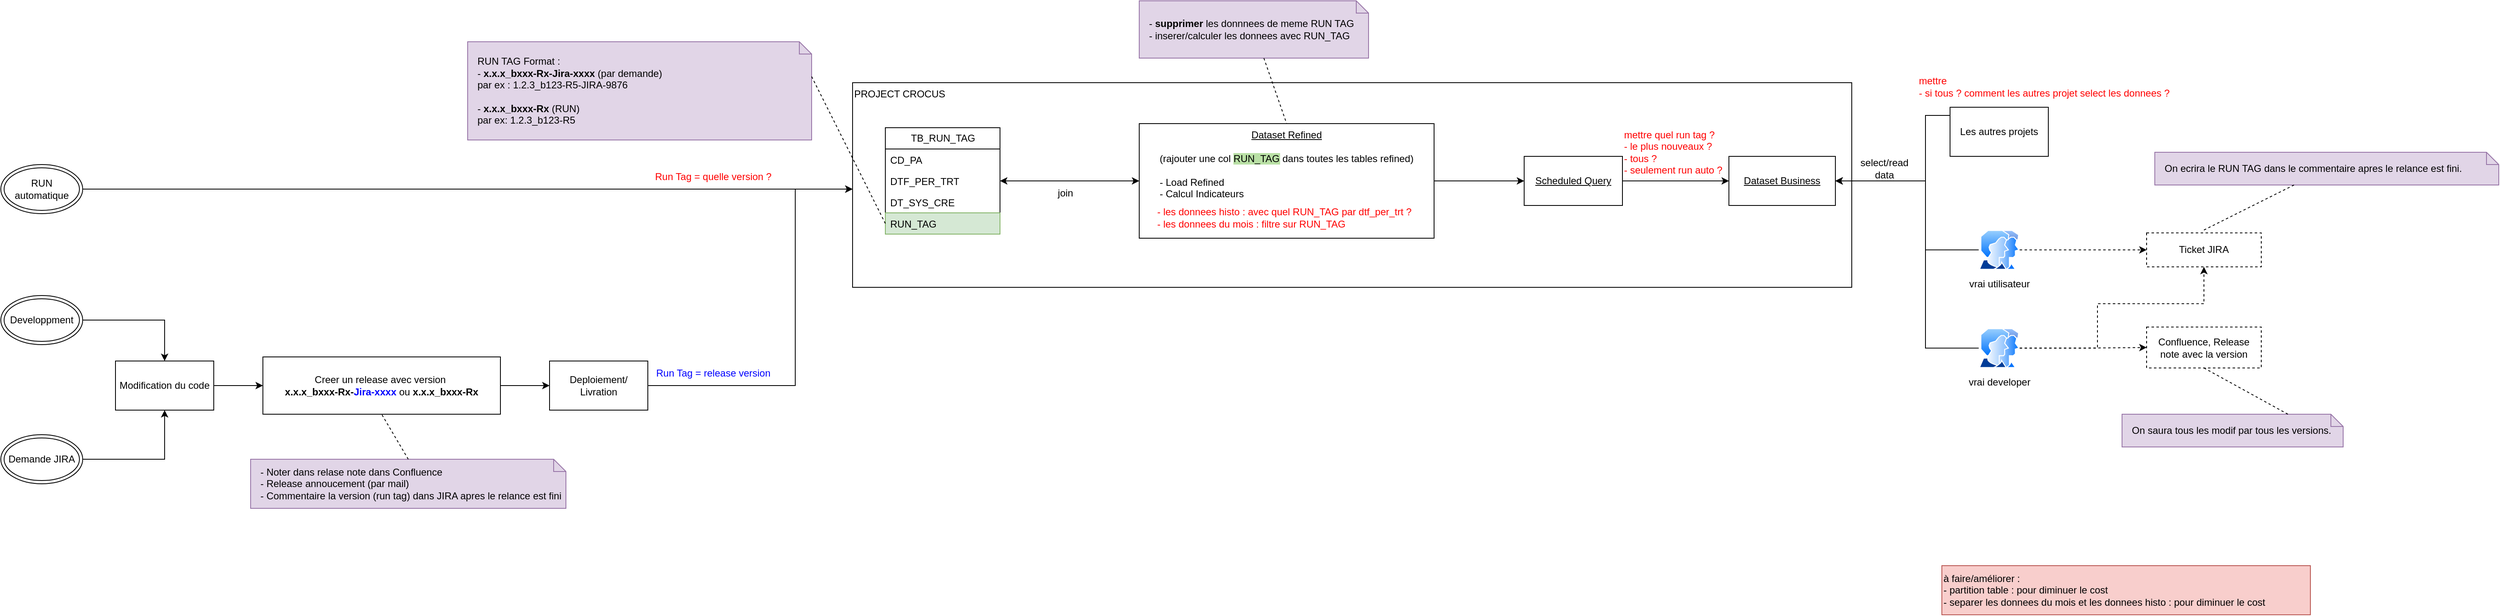
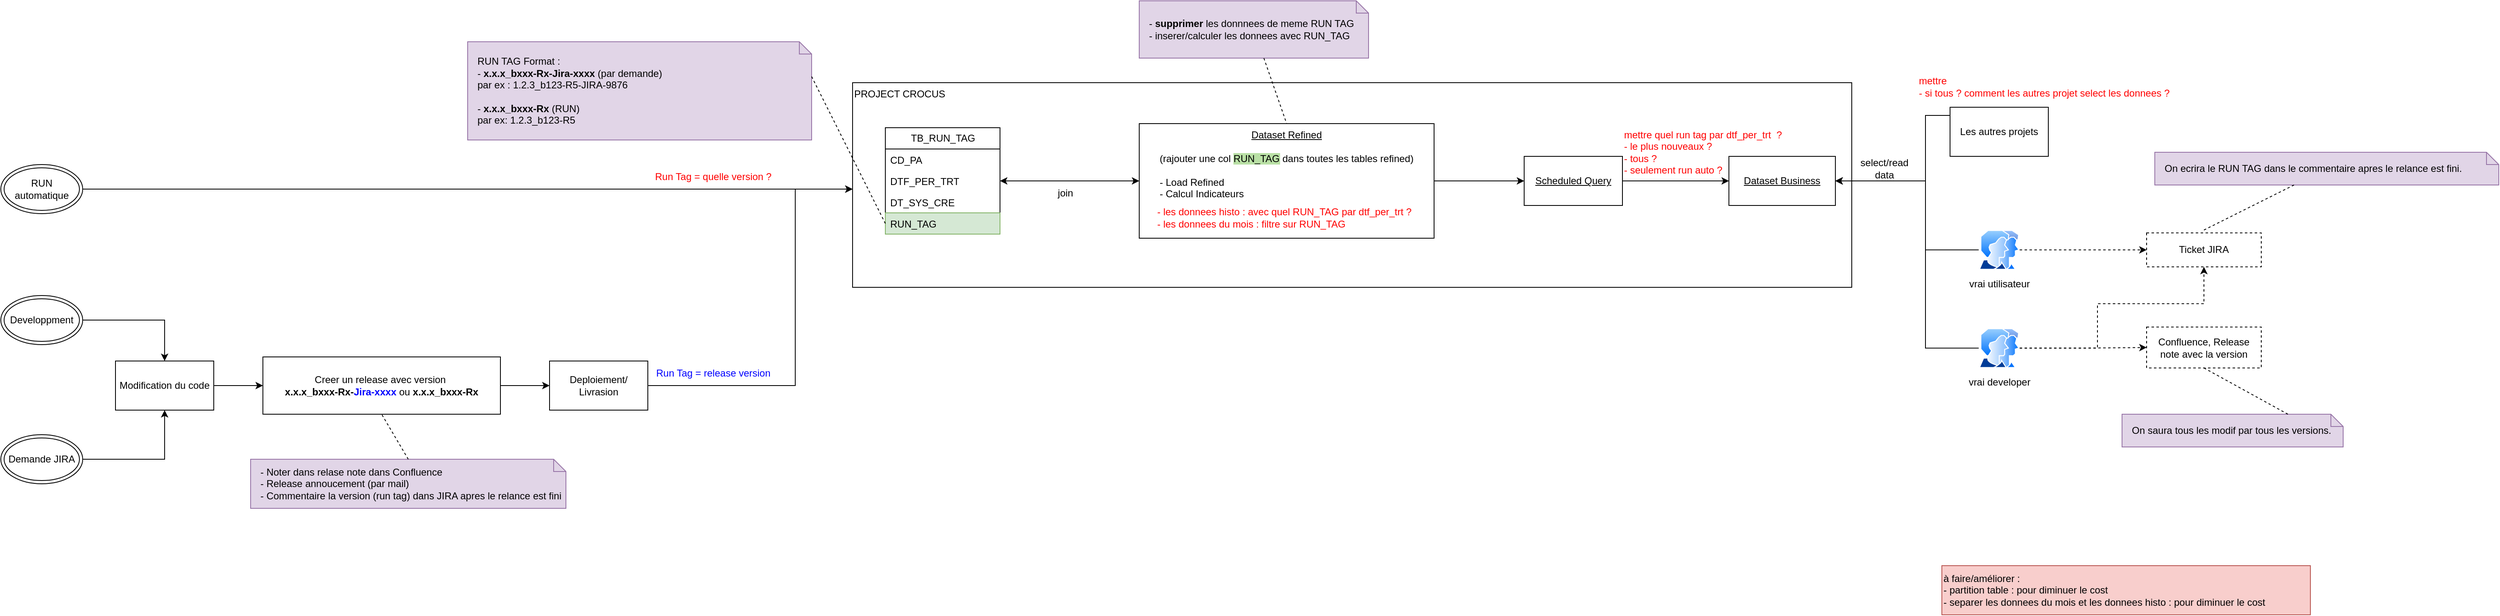
<mxfile host="app.diagrams.net">
  <diagram name="Page-1" id="bEAYSmEDHXBXhFzCy1HB">
    <mxGraphModel dx="2873" dy="1106" grid="1" gridSize="10" guides="1" tooltips="1" connect="1" arrows="1" fold="1" page="1" pageScale="1" pageWidth="827" pageHeight="1169" math="0" shadow="0">
      <root>
        <mxCell id="0" />
        <mxCell id="1" parent="0" />
        <mxCell id="QUzsFoNl6aFI_2ed8XXq-13" parent="1" style="rounded=0;whiteSpace=wrap;html=1;align=left;verticalAlign=top;" value="PROJECT CROCUS" vertex="1">
          <mxGeometry height="250" width="1220" x="380" y="140" as="geometry" />
        </mxCell>
        <mxCell id="QUzsFoNl6aFI_2ed8XXq-1" parent="1" style="swimlane;fontStyle=0;childLayout=stackLayout;horizontal=1;startSize=26;fillColor=none;horizontalStack=0;resizeParent=1;resizeParentMax=0;resizeLast=0;collapsible=1;marginBottom=0;html=1;" value="TB_RUN_TAG" vertex="1">
          <mxGeometry height="130" width="140" x="420" y="195" as="geometry" />
        </mxCell>
        <mxCell id="QUzsFoNl6aFI_2ed8XXq-2" parent="QUzsFoNl6aFI_2ed8XXq-1" style="text;strokeColor=none;fillColor=none;align=left;verticalAlign=top;spacingLeft=4;spacingRight=4;overflow=hidden;rotatable=0;points=[[0,0.5],[1,0.5]];portConstraint=eastwest;whiteSpace=wrap;html=1;" value="CD_PA" vertex="1">
          <mxGeometry height="26" width="140" y="26" as="geometry" />
        </mxCell>
        <mxCell id="QUzsFoNl6aFI_2ed8XXq-3" parent="QUzsFoNl6aFI_2ed8XXq-1" style="text;strokeColor=none;fillColor=none;align=left;verticalAlign=top;spacingLeft=4;spacingRight=4;overflow=hidden;rotatable=0;points=[[0,0.5],[1,0.5]];portConstraint=eastwest;whiteSpace=wrap;html=1;" value="DTF_PER_TRT" vertex="1">
          <mxGeometry height="26" width="140" y="52" as="geometry" />
        </mxCell>
        <mxCell id="QUzsFoNl6aFI_2ed8XXq-4" parent="QUzsFoNl6aFI_2ed8XXq-1" style="text;strokeColor=none;fillColor=none;align=left;verticalAlign=top;spacingLeft=4;spacingRight=4;overflow=hidden;rotatable=0;points=[[0,0.5],[1,0.5]];portConstraint=eastwest;whiteSpace=wrap;html=1;" value="DT_SYS_CRE" vertex="1">
          <mxGeometry height="26" width="140" y="78" as="geometry" />
        </mxCell>
        <mxCell id="QUzsFoNl6aFI_2ed8XXq-5" parent="QUzsFoNl6aFI_2ed8XXq-1" style="text;strokeColor=#82b366;fillColor=#d5e8d4;align=left;verticalAlign=top;spacingLeft=4;spacingRight=4;overflow=hidden;rotatable=0;points=[[0,0.5],[1,0.5]];portConstraint=eastwest;whiteSpace=wrap;html=1;" value="RUN_TAG" vertex="1">
          <mxGeometry height="26" width="140" y="104" as="geometry" />
        </mxCell>
        <mxCell id="QUzsFoNl6aFI_2ed8XXq-7" parent="1" style="shape=note;size=15;align=left;spacingLeft=10;html=1;whiteSpace=wrap;fillColor=#e1d5e7;strokeColor=#9673a6;" value="RUN TAG Format :&amp;nbsp;&lt;div&gt;- &lt;b&gt;x.x.x_bxxx-Rx-Jira-xxxx&lt;/b&gt; (par demande)&amp;nbsp;&lt;/div&gt;&lt;div&gt;par ex : 1.2.3_b123-R5-JIRA-9876&lt;/div&gt;&lt;div&gt;&lt;br&gt;&lt;/div&gt;&lt;div&gt;-&lt;b&gt; x.x.x_bxxx-Rx&lt;/b&gt; (RUN)&lt;/div&gt;&lt;div&gt;&lt;span style=&quot;background-color: transparent; color: light-dark(rgb(0, 0, 0), rgb(255, 255, 255));&quot;&gt;par ex: 1.2.3_b123-R5&lt;/span&gt;&lt;/div&gt;" vertex="1">
          <mxGeometry height="120" width="420" x="-90" y="90" as="geometry" />
        </mxCell>
        <mxCell id="QUzsFoNl6aFI_2ed8XXq-8" edge="1" parent="1" source="QUzsFoNl6aFI_2ed8XXq-7" style="edgeStyle=none;endArrow=none;exitX=0;exitY=0;dashed=1;html=1;rounded=0;entryX=0;entryY=0.5;entryDx=0;entryDy=0;exitDx=420;exitDy=42.5;exitPerimeter=0;" target="QUzsFoNl6aFI_2ed8XXq-5" value="">
          <mxGeometry relative="1" x="1" as="geometry">
            <mxPoint x="590" y="660" as="targetPoint" />
          </mxGeometry>
        </mxCell>
        <mxCell id="QUzsFoNl6aFI_2ed8XXq-10" parent="1" style="rounded=0;whiteSpace=wrap;html=1;dashed=1;" value="Confluence, Release note avec la v&lt;span style=&quot;background-color: transparent; color: light-dark(rgb(0, 0, 0), rgb(255, 255, 255));&quot;&gt;ersion&lt;/span&gt;" vertex="1">
          <mxGeometry height="50" width="140" x="1960" y="438.5" as="geometry" />
        </mxCell>
        <mxCell id="QUzsFoNl6aFI_2ed8XXq-11" parent="1" style="rounded=0;whiteSpace=wrap;html=1;dashed=1;" value="Ticket JIRA" vertex="1">
          <mxGeometry height="41.5" width="140" x="1960" y="323.5" as="geometry" />
        </mxCell>
        <mxCell id="QUzsFoNl6aFI_2ed8XXq-42" edge="1" parent="1" source="QUzsFoNl6aFI_2ed8XXq-12" style="edgeStyle=orthogonalEdgeStyle;rounded=0;orthogonalLoop=1;jettySize=auto;html=1;entryX=1;entryY=0.5;entryDx=0;entryDy=0;startArrow=classic;startFill=1;" target="QUzsFoNl6aFI_2ed8XXq-3">
          <mxGeometry relative="1" as="geometry" />
        </mxCell>
        <mxCell id="QUzsFoNl6aFI_2ed8XXq-50" edge="1" parent="1" source="QUzsFoNl6aFI_2ed8XXq-12" style="edgeStyle=orthogonalEdgeStyle;rounded=0;orthogonalLoop=1;jettySize=auto;html=1;" target="QUzsFoNl6aFI_2ed8XXq-46">
          <mxGeometry relative="1" as="geometry">
            <Array as="points" />
          </mxGeometry>
        </mxCell>
        <mxCell id="QUzsFoNl6aFI_2ed8XXq-12" parent="1" style="rounded=0;whiteSpace=wrap;html=1;verticalAlign=top;" value="&lt;u&gt;Dataset Refined&lt;/u&gt;&lt;div&gt;&lt;u&gt;&lt;br&gt;&lt;/u&gt;&lt;div&gt;(rajouter une col &lt;span style=&quot;background-color: rgb(185, 224, 165);&quot;&gt;RUN_TAG&lt;/span&gt;&lt;span&gt; &lt;/span&gt;dans toutes les tables refined)&lt;/div&gt;&lt;div&gt;&lt;br&gt;&lt;/div&gt;&lt;div style=&quot;text-align: left;&quot;&gt;- Load Refined&amp;nbsp; &amp;nbsp; &amp;nbsp; &amp;nbsp;&lt;/div&gt;&lt;div style=&quot;text-align: left;&quot;&gt;- Calcul Indicateurs&lt;/div&gt;&lt;/div&gt;" vertex="1">
          <mxGeometry height="140" width="360" x="730" y="190" as="geometry" />
        </mxCell>
        <mxCell id="QUzsFoNl6aFI_2ed8XXq-27" edge="1" parent="1" source="QUzsFoNl6aFI_2ed8XXq-33" style="edgeStyle=orthogonalEdgeStyle;rounded=0;orthogonalLoop=1;jettySize=auto;html=1;entryX=0.5;entryY=0;entryDx=0;entryDy=0;" target="QUzsFoNl6aFI_2ed8XXq-23">
          <mxGeometry relative="1" as="geometry">
            <mxPoint x="-760" y="325" as="sourcePoint" />
          </mxGeometry>
        </mxCell>
        <mxCell id="QUzsFoNl6aFI_2ed8XXq-29" edge="1" parent="1" source="QUzsFoNl6aFI_2ed8XXq-34" style="edgeStyle=orthogonalEdgeStyle;rounded=0;orthogonalLoop=1;jettySize=auto;html=1;entryX=0.5;entryY=1;entryDx=0;entryDy=0;" target="QUzsFoNl6aFI_2ed8XXq-23">
          <mxGeometry relative="1" as="geometry">
            <mxPoint x="-820" y="785" as="sourcePoint" />
          </mxGeometry>
        </mxCell>
        <mxCell id="QUzsFoNl6aFI_2ed8XXq-19" parent="1" style="text;html=1;whiteSpace=wrap;strokeColor=none;fillColor=none;align=center;verticalAlign=middle;rounded=0;fontColor=#0000FF;" value="&lt;font style=&quot;color: rgb(255, 0, 0);&quot;&gt;Run Tag = quelle version ?&lt;/font&gt;" vertex="1">
          <mxGeometry height="30" width="200" x="110" y="240" as="geometry" />
        </mxCell>
        <mxCell id="QUzsFoNl6aFI_2ed8XXq-28" edge="1" parent="1" source="QUzsFoNl6aFI_2ed8XXq-23" style="edgeStyle=orthogonalEdgeStyle;rounded=0;orthogonalLoop=1;jettySize=auto;html=1;" target="QUzsFoNl6aFI_2ed8XXq-25">
          <mxGeometry relative="1" as="geometry" />
        </mxCell>
        <mxCell id="QUzsFoNl6aFI_2ed8XXq-23" parent="1" style="rounded=0;whiteSpace=wrap;html=1;" value="Modification du code" vertex="1">
          <mxGeometry height="60" width="120" x="-520" y="480" as="geometry" />
        </mxCell>
        <mxCell id="QUzsFoNl6aFI_2ed8XXq-31" edge="1" parent="1" source="QUzsFoNl6aFI_2ed8XXq-24" style="edgeStyle=orthogonalEdgeStyle;rounded=0;orthogonalLoop=1;jettySize=auto;html=1;" target="QUzsFoNl6aFI_2ed8XXq-13">
          <mxGeometry relative="1" as="geometry">
            <Array as="points">
              <mxPoint x="310" y="510" />
              <mxPoint x="310" y="270" />
            </Array>
          </mxGeometry>
        </mxCell>
-         <mxCell id="QUzsFoNl6aFI_2ed8XXq-24" parent="1" style="rounded=0;whiteSpace=wrap;html=1;" value="Deploiement/ Livration" vertex="1">
+         <mxCell id="QUzsFoNl6aFI_2ed8XXq-24" parent="1" style="rounded=0;whiteSpace=wrap;html=1;" value="Deploiement/ Livrasion" vertex="1">
          <mxGeometry height="60" width="120" x="10" y="480" as="geometry" />
        </mxCell>
        <mxCell id="QUzsFoNl6aFI_2ed8XXq-30" edge="1" parent="1" source="QUzsFoNl6aFI_2ed8XXq-25" style="edgeStyle=orthogonalEdgeStyle;rounded=0;orthogonalLoop=1;jettySize=auto;html=1;entryX=0;entryY=0.5;entryDx=0;entryDy=0;" target="QUzsFoNl6aFI_2ed8XXq-24">
          <mxGeometry relative="1" as="geometry" />
        </mxCell>
        <mxCell id="QUzsFoNl6aFI_2ed8XXq-25" parent="1" style="rounded=0;whiteSpace=wrap;html=1;" value="Creer un release avec version&amp;nbsp;&lt;div&gt;&lt;span style=&quot;text-align: left;&quot;&gt;&lt;b&gt;x.x.x_bxxx-Rx-&lt;font style=&quot;color: rgb(0, 0, 255);&quot;&gt;Jira-xxxx&lt;/font&gt;&lt;/b&gt; ou&amp;nbsp;&lt;/span&gt;&lt;span style=&quot;text-align: left;&quot;&gt;&lt;b&gt;x.x.x_bxxx-Rx&lt;/b&gt;&lt;/span&gt;&lt;/div&gt;" vertex="1">
          <mxGeometry height="70" width="290" x="-340" y="475" as="geometry" />
        </mxCell>
        <mxCell id="QUzsFoNl6aFI_2ed8XXq-33" parent="1" style="ellipse;shape=doubleEllipse;whiteSpace=wrap;html=1;" value="Developpment" vertex="1">
          <mxGeometry height="60" width="100" x="-660" y="400" as="geometry" />
        </mxCell>
        <mxCell id="QUzsFoNl6aFI_2ed8XXq-34" parent="1" style="ellipse;shape=doubleEllipse;whiteSpace=wrap;html=1;" value="Demande JIRA" vertex="1">
          <mxGeometry height="60" width="100" x="-660" y="570" as="geometry" />
        </mxCell>
        <mxCell id="QUzsFoNl6aFI_2ed8XXq-36" edge="1" parent="1" source="QUzsFoNl6aFI_2ed8XXq-35" style="edgeStyle=orthogonalEdgeStyle;rounded=0;orthogonalLoop=1;jettySize=auto;html=1;" target="QUzsFoNl6aFI_2ed8XXq-13">
          <mxGeometry relative="1" as="geometry">
            <Array as="points">
              <mxPoint x="40" y="270" />
              <mxPoint x="40" y="270" />
            </Array>
          </mxGeometry>
        </mxCell>
        <mxCell id="QUzsFoNl6aFI_2ed8XXq-35" parent="1" style="ellipse;shape=doubleEllipse;whiteSpace=wrap;html=1;" value="RUN automatique" vertex="1">
          <mxGeometry height="60" width="100" x="-660" y="240" as="geometry" />
        </mxCell>
        <mxCell id="QUzsFoNl6aFI_2ed8XXq-37" parent="1" style="text;html=1;whiteSpace=wrap;strokeColor=none;fillColor=none;align=center;verticalAlign=middle;rounded=0;fontColor=#0000FF;" value="Run Tag = release version" vertex="1">
          <mxGeometry height="30" width="200" x="110" y="480" as="geometry" />
        </mxCell>
        <mxCell id="QUzsFoNl6aFI_2ed8XXq-38" parent="1" style="shape=note;size=15;align=left;spacingLeft=10;html=1;whiteSpace=wrap;fillColor=#e1d5e7;strokeColor=#9673a6;" value="- Noter dans relase note dans Confluence&lt;div&gt;- Release annoucement (par mail)&lt;/div&gt;&lt;div&gt;- Commentaire la version (run tag) dans JIRA apres le relance est fini&lt;/div&gt;" vertex="1">
          <mxGeometry height="60" width="385" x="-355" y="600" as="geometry" />
        </mxCell>
        <mxCell id="QUzsFoNl6aFI_2ed8XXq-39" edge="1" parent="1" source="QUzsFoNl6aFI_2ed8XXq-38" style="edgeStyle=none;endArrow=none;exitX=0.5;exitY=0;dashed=1;html=1;rounded=0;entryX=0.5;entryY=1;entryDx=0;entryDy=0;exitDx=0;exitDy=0;exitPerimeter=0;" target="QUzsFoNl6aFI_2ed8XXq-25" value="">
          <mxGeometry relative="1" x="1" as="geometry">
            <mxPoint x="710" y="660" as="sourcePoint" />
            <mxPoint x="762" y="510" as="targetPoint" />
          </mxGeometry>
        </mxCell>
        <mxCell id="QUzsFoNl6aFI_2ed8XXq-40" parent="1" style="shape=note;size=15;align=left;spacingLeft=10;html=1;whiteSpace=wrap;fillColor=#e1d5e7;strokeColor=#9673a6;" value="- &lt;b&gt;supprimer &lt;/b&gt;les donnnees de meme RUN TAG&lt;div&gt;- inserer/calculer les donnees avec RUN_TAG&lt;/div&gt;" vertex="1">
          <mxGeometry height="70" width="280" x="730" y="40" as="geometry" />
        </mxCell>
        <mxCell id="QUzsFoNl6aFI_2ed8XXq-41" edge="1" parent="1" source="QUzsFoNl6aFI_2ed8XXq-40" style="edgeStyle=none;endArrow=none;dashed=1;html=1;rounded=0;entryX=0.5;entryY=0;entryDx=0;entryDy=0;" target="QUzsFoNl6aFI_2ed8XXq-12" value="">
          <mxGeometry relative="1" x="1" as="geometry">
            <mxPoint x="720" y="650" as="sourcePoint" />
            <mxPoint x="772" y="500" as="targetPoint" />
          </mxGeometry>
        </mxCell>
        <mxCell id="QUzsFoNl6aFI_2ed8XXq-43" parent="1" style="text;html=1;whiteSpace=wrap;strokeColor=none;fillColor=none;align=left;verticalAlign=middle;rounded=0;" value="&lt;font style=&quot;color: rgb(255, 0, 0);&quot;&gt;- les donnees histo : avec quel RUN_TAG par dtf_per_trt ?&lt;/font&gt;&lt;div&gt;&lt;font style=&quot;color: rgb(255, 0, 0);&quot;&gt;- les donnees du mois : f&lt;/font&gt;&lt;span style=&quot;color: light-dark(rgb(255, 0, 0), rgb(255, 144, 144)); background-color: transparent;&quot;&gt;iltre sur RUN_TAG&lt;/span&gt;&lt;/div&gt;" vertex="1">
          <mxGeometry height="30" width="330" x="750" y="290" as="geometry" />
        </mxCell>
        <mxCell id="QUzsFoNl6aFI_2ed8XXq-45" parent="1" style="rounded=0;whiteSpace=wrap;html=1;" value="&lt;u&gt;Dataset Business&lt;/u&gt;" vertex="1">
          <mxGeometry height="60" width="130" x="1450" y="230" as="geometry" />
        </mxCell>
        <mxCell id="QUzsFoNl6aFI_2ed8XXq-48" edge="1" parent="1" source="QUzsFoNl6aFI_2ed8XXq-46" style="edgeStyle=orthogonalEdgeStyle;rounded=0;orthogonalLoop=1;jettySize=auto;html=1;" target="QUzsFoNl6aFI_2ed8XXq-45">
          <mxGeometry relative="1" as="geometry" />
        </mxCell>
        <mxCell id="QUzsFoNl6aFI_2ed8XXq-46" parent="1" style="rounded=0;whiteSpace=wrap;html=1;" value="&lt;u&gt;Scheduled Query&lt;/u&gt;" vertex="1">
          <mxGeometry height="60" width="120" x="1200" y="230" as="geometry" />
        </mxCell>
-         <mxCell id="QUzsFoNl6aFI_2ed8XXq-51" parent="1" style="text;html=1;whiteSpace=wrap;strokeColor=none;fillColor=none;align=left;verticalAlign=middle;rounded=0;fontColor=#FF0000;" value="mettre quel run tag ?&amp;nbsp;&lt;div&gt;- le plus nouveaux ?&lt;/div&gt;&lt;div&gt;- tous ?&lt;/div&gt;&lt;div&gt;- seulement run auto ?&lt;/div&gt;" vertex="1">
+         <mxCell id="QUzsFoNl6aFI_2ed8XXq-51" parent="1" style="text;html=1;whiteSpace=wrap;strokeColor=none;fillColor=none;align=left;verticalAlign=middle;rounded=0;fontColor=#FF0000;" value="mettre quel run tag par dtf_per_trt&amp;nbsp;&amp;nbsp;?&amp;nbsp;&lt;div&gt;- le plus nouveaux ?&lt;/div&gt;&lt;div&gt;- tous ?&lt;/div&gt;&lt;div&gt;- seulement run auto ?&lt;/div&gt;" vertex="1">
          <mxGeometry height="30" width="370" x="1320" y="210" as="geometry" />
        </mxCell>
        <mxCell id="QUzsFoNl6aFI_2ed8XXq-59" edge="1" parent="1" source="QUzsFoNl6aFI_2ed8XXq-52" style="edgeStyle=orthogonalEdgeStyle;rounded=0;orthogonalLoop=1;jettySize=auto;html=1;entryX=1;entryY=0.5;entryDx=0;entryDy=0;" target="QUzsFoNl6aFI_2ed8XXq-45">
          <mxGeometry relative="1" as="geometry">
            <Array as="points">
              <mxPoint x="1690" y="180" />
              <mxPoint x="1690" y="260" />
            </Array>
          </mxGeometry>
        </mxCell>
        <mxCell id="QUzsFoNl6aFI_2ed8XXq-52" parent="1" style="rounded=0;whiteSpace=wrap;html=1;" value="Les autres projets" vertex="1">
          <mxGeometry height="60" width="120" x="1720" y="170" as="geometry" />
        </mxCell>
        <mxCell id="QUzsFoNl6aFI_2ed8XXq-58" edge="1" parent="1" source="QUzsFoNl6aFI_2ed8XXq-57" style="edgeStyle=orthogonalEdgeStyle;rounded=0;orthogonalLoop=1;jettySize=auto;html=1;entryX=1;entryY=0.5;entryDx=0;entryDy=0;" target="QUzsFoNl6aFI_2ed8XXq-45">
          <mxGeometry relative="1" as="geometry">
            <Array as="points">
              <mxPoint x="1690" y="344" />
              <mxPoint x="1690" y="260" />
            </Array>
          </mxGeometry>
        </mxCell>
        <mxCell id="QUzsFoNl6aFI_2ed8XXq-65" edge="1" parent="1" source="QUzsFoNl6aFI_2ed8XXq-57" style="edgeStyle=orthogonalEdgeStyle;rounded=0;orthogonalLoop=1;jettySize=auto;html=1;dashed=1;" target="QUzsFoNl6aFI_2ed8XXq-11">
          <mxGeometry relative="1" as="geometry" />
        </mxCell>
        <mxCell id="QUzsFoNl6aFI_2ed8XXq-57" parent="1" style="image;aspect=fixed;perimeter=ellipsePerimeter;html=1;align=center;shadow=0;dashed=0;spacingTop=3;image=img/lib/active_directory/user_accounts.svg;" value="vrai utilisateur" vertex="1">
          <mxGeometry height="48.5" width="50" x="1755" y="320" as="geometry" />
        </mxCell>
        <mxCell id="QUzsFoNl6aFI_2ed8XXq-60" parent="1" style="text;html=1;whiteSpace=wrap;strokeColor=none;fillColor=none;align=center;verticalAlign=middle;rounded=0;" value="select/read data" vertex="1">
          <mxGeometry height="30" width="60" x="1610" y="230" as="geometry" />
        </mxCell>
        <mxCell id="QUzsFoNl6aFI_2ed8XXq-63" edge="1" parent="1" source="QUzsFoNl6aFI_2ed8XXq-62" style="edgeStyle=orthogonalEdgeStyle;rounded=0;orthogonalLoop=1;jettySize=auto;html=1;entryX=1;entryY=0.5;entryDx=0;entryDy=0;" target="QUzsFoNl6aFI_2ed8XXq-45">
          <mxGeometry relative="1" as="geometry">
            <Array as="points">
              <mxPoint x="1690" y="464" />
              <mxPoint x="1690" y="260" />
            </Array>
          </mxGeometry>
        </mxCell>
        <mxCell id="QUzsFoNl6aFI_2ed8XXq-66" edge="1" parent="1" source="QUzsFoNl6aFI_2ed8XXq-62" style="edgeStyle=orthogonalEdgeStyle;rounded=0;orthogonalLoop=1;jettySize=auto;html=1;dashed=1;" target="QUzsFoNl6aFI_2ed8XXq-10">
          <mxGeometry relative="1" as="geometry" />
        </mxCell>
        <mxCell id="QUzsFoNl6aFI_2ed8XXq-68" edge="1" parent="1" source="QUzsFoNl6aFI_2ed8XXq-62" style="edgeStyle=orthogonalEdgeStyle;rounded=0;orthogonalLoop=1;jettySize=auto;html=1;entryX=0.5;entryY=1;entryDx=0;entryDy=0;dashed=1;" target="QUzsFoNl6aFI_2ed8XXq-11">
          <mxGeometry relative="1" as="geometry">
            <Array as="points">
              <mxPoint x="1900" y="464" />
              <mxPoint x="1900" y="410" />
              <mxPoint x="2030" y="410" />
            </Array>
          </mxGeometry>
        </mxCell>
        <mxCell id="QUzsFoNl6aFI_2ed8XXq-62" parent="1" style="image;aspect=fixed;perimeter=ellipsePerimeter;html=1;align=center;shadow=0;dashed=0;spacingTop=3;image=img/lib/active_directory/user_accounts.svg;" value="vrai developer" vertex="1">
          <mxGeometry height="48.5" width="50" x="1755" y="440" as="geometry" />
        </mxCell>
        <mxCell id="QUzsFoNl6aFI_2ed8XXq-69" parent="1" style="shape=note;size=15;align=left;spacingLeft=10;html=1;whiteSpace=wrap;fillColor=#e1d5e7;strokeColor=#9673a6;" value="On ecrira le RUN TAG dans le commentaire apres le relance est fini." vertex="1">
          <mxGeometry height="40" width="420" x="1970" y="225" as="geometry" />
        </mxCell>
        <mxCell id="QUzsFoNl6aFI_2ed8XXq-70" edge="1" parent="1" source="QUzsFoNl6aFI_2ed8XXq-69" style="edgeStyle=none;endArrow=none;dashed=1;html=1;rounded=0;" value="">
          <mxGeometry relative="1" x="1" as="geometry">
            <mxPoint x="970" y="210" as="sourcePoint" />
            <mxPoint x="2030" y="320" as="targetPoint" />
          </mxGeometry>
        </mxCell>
        <mxCell id="QUzsFoNl6aFI_2ed8XXq-71" parent="1" style="shape=note;size=15;align=left;spacingLeft=10;html=1;whiteSpace=wrap;fillColor=#e1d5e7;strokeColor=#9673a6;" value="On saura tous les modif par tous les versions." vertex="1">
          <mxGeometry height="40" width="270" x="1930" y="545" as="geometry" />
        </mxCell>
        <mxCell id="QUzsFoNl6aFI_2ed8XXq-72" edge="1" parent="1" source="QUzsFoNl6aFI_2ed8XXq-71" style="edgeStyle=none;endArrow=none;dashed=1;html=1;rounded=0;entryX=0.5;entryY=1;entryDx=0;entryDy=0;exitX=0;exitY=0;exitDx=202.5;exitDy=0;exitPerimeter=0;" target="QUzsFoNl6aFI_2ed8XXq-10" value="">
          <mxGeometry relative="1" x="1" as="geometry">
            <mxPoint x="2180" y="470" as="sourcePoint" />
            <mxPoint x="2070" y="525" as="targetPoint" />
          </mxGeometry>
        </mxCell>
        <mxCell id="QUzsFoNl6aFI_2ed8XXq-73" parent="1" style="text;html=1;whiteSpace=wrap;strokeColor=none;fillColor=none;align=left;verticalAlign=middle;rounded=0;fontColor=#FF0000;" value="mettre&amp;nbsp;&lt;div&gt;&lt;span style=&quot;background-color: transparent; color: light-dark(rgb(255, 0, 0), rgb(255, 144, 144));&quot;&gt;- si tous ? comment les autres projet select les donnees ?&lt;/span&gt;&lt;/div&gt;" vertex="1">
          <mxGeometry height="30" width="370" x="1680" y="130" as="geometry" />
        </mxCell>
        <mxCell id="QUzsFoNl6aFI_2ed8XXq-74" parent="1" style="rounded=0;whiteSpace=wrap;html=1;align=left;fillColor=#f8cecc;strokeColor=#b85450;" value="à faire/améliorer :&lt;div&gt;- partition table : pour diminuer le cost&lt;/div&gt;&lt;div&gt;- separer les donnees du mois et les donnees histo&amp;nbsp;&lt;span style=&quot;background-color: transparent; color: light-dark(rgb(0, 0, 0), rgb(255, 255, 255));&quot;&gt;: pour diminuer le cost&lt;/span&gt;&lt;/div&gt;" vertex="1">
          <mxGeometry height="60" width="450" x="1710" y="730" as="geometry" />
        </mxCell>
        <mxCell id="QUzsFoNl6aFI_2ed8XXq-76" parent="1" style="text;html=1;whiteSpace=wrap;strokeColor=none;fillColor=none;align=center;verticalAlign=middle;rounded=0;" value="join" vertex="1">
          <mxGeometry height="30" width="60" x="610" y="260" as="geometry" />
        </mxCell>
      </root>
    </mxGraphModel>
  </diagram>
</mxfile>
